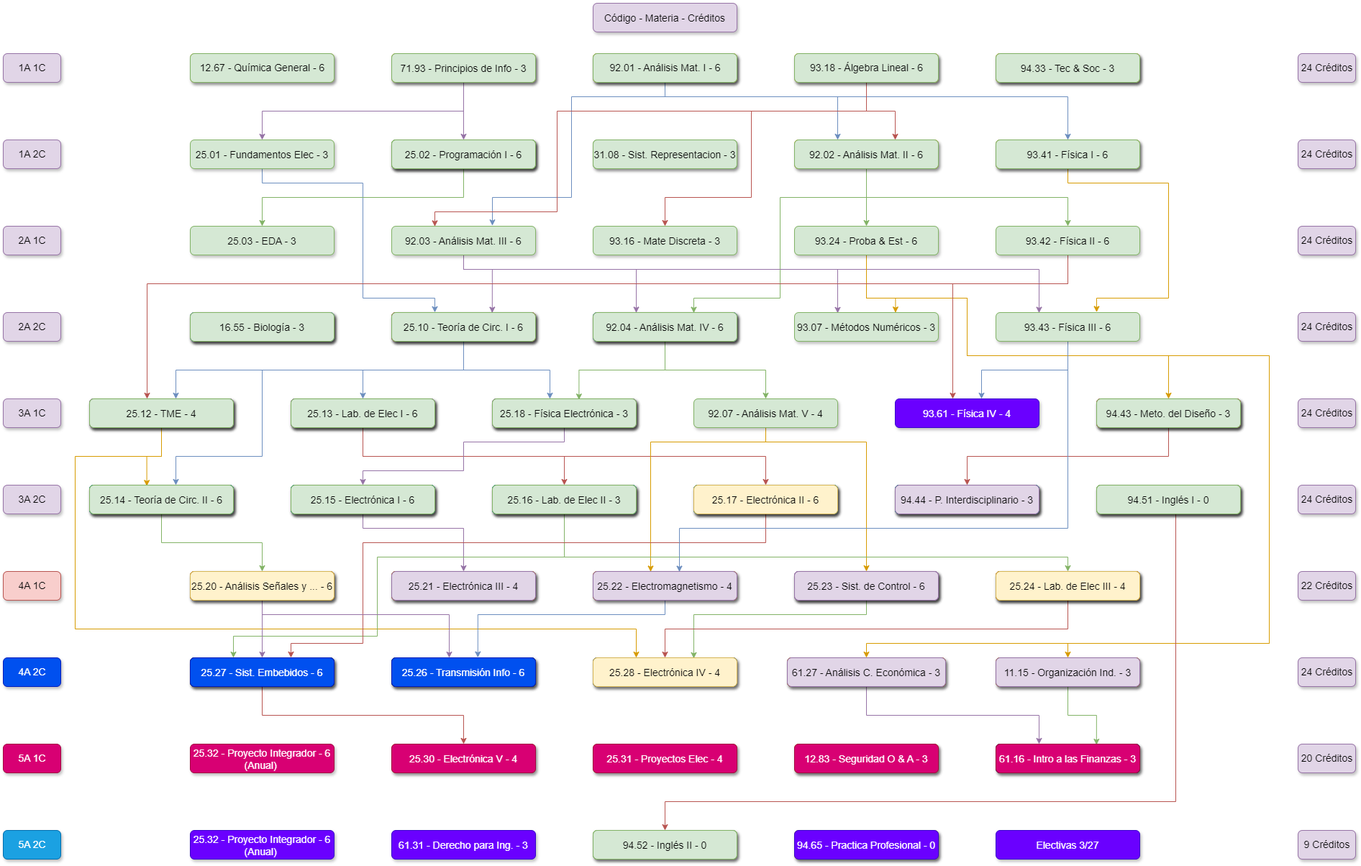
Above: K22.drawio.png in juanipla/K22 (draw.io), before the change. Source tidied: cells renumbered, new cells last; positions are measured from the earlier drawing's top-left corner, leaving out a move shared by most shapes.
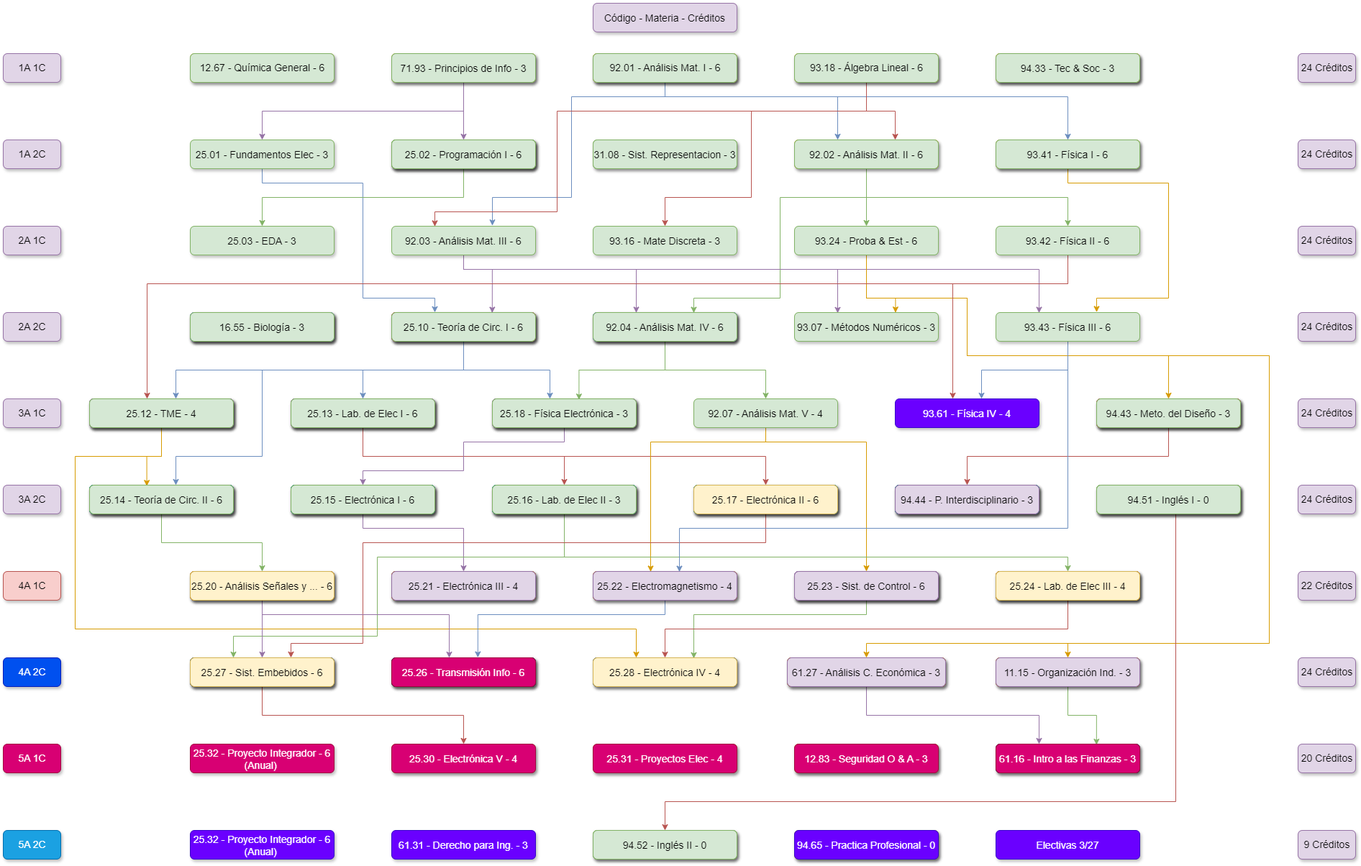
After the commit.

The edit, as a diff of the source:
```diff
@@ -901,10 +901,10 @@
     <mxCell id="210" value="25.20 - Análisis Señales y ... - 6" style="rounded=1;fillColor=#fff2cc;strokeColor=#d6b656;shadow=1;fontStyle=0;fontSize=14;labelBorderColor=none;labelBackgroundColor=none;" parent="1" vertex="1">
       <mxGeometry x="260" y="790" width="200" height="40" as="geometry" />
     </mxCell>
-    <mxCell id="211" value="25.27 - Sist. Embebidos - 6" style="rounded=1;fillColor=#0050ef;strokeColor=#001DBC;shadow=1;fontStyle=0;fontSize=14;labelBorderColor=none;labelBackgroundColor=none;fontColor=#ffffff;" parent="1" vertex="1">
+    <mxCell id="211" value="25.27 - Sist. Embebidos - 6" style="rounded=1;fillColor=#fff2cc;strokeColor=#d6b656;shadow=1;fontStyle=0;fontSize=14;labelBorderColor=none;labelBackgroundColor=none;" parent="1" vertex="1">
       <mxGeometry x="260" y="910" width="200" height="40" as="geometry" />
     </mxCell>
-    <mxCell id="212" value="25.26 - Transmisión Info - 6" style="rounded=1;fillColor=#0050ef;strokeColor=#001DBC;shadow=1;fontStyle=0;fontSize=14;labelBorderColor=none;labelBackgroundColor=none;fontColor=#ffffff;" parent="1" vertex="1">
+    <mxCell id="212" value="25.26 - Transmisión Info - 6" style="rounded=1;fillColor=#d80073;strokeColor=#A50040;shadow=1;fontStyle=0;fontSize=14;labelBorderColor=none;labelBackgroundColor=none;fontColor=#ffffff;" parent="1" vertex="1">
       <mxGeometry x="540" y="910" width="200" height="40" as="geometry" />
     </mxCell>
     <mxCell id="213" value="61.27 - Análisis C. Económica - 3" style="rounded=1;fillColor=#e1d5e7;strokeColor=#9673a6;shadow=1;fontStyle=0;fontSize=14;labelBorderColor=none;labelBackgroundColor=none;verticalAlign=middle;" parent="1" vertex="1">
```
